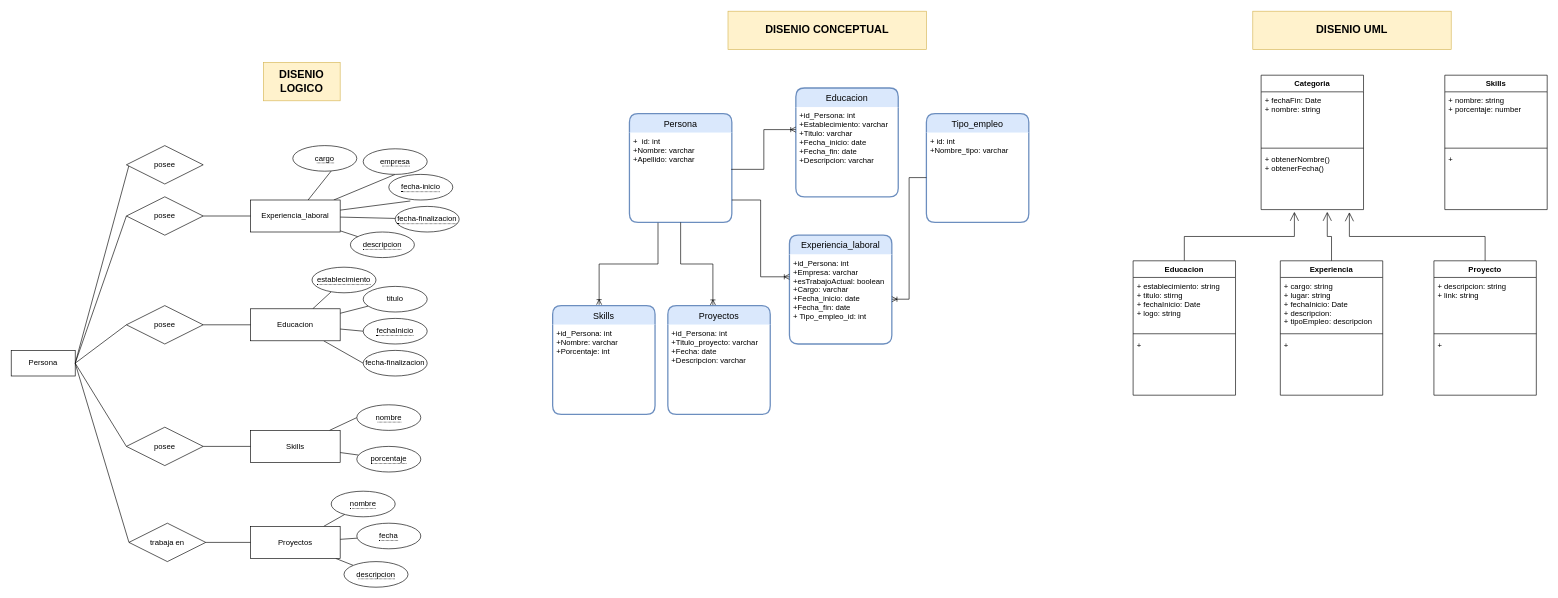
Before: database/DERv2.drawio in pablovede/portfolioArgPrograma, a draw.io diagram. Source tidied: cells renumbered, new cells numbered last; positions are measured from the earlier drawing's top-left corner, leaving out a move shared by most shapes. Both pictures are drawn from the tidied source at 64%, with x=0, y=0 at pixel (11, 11).
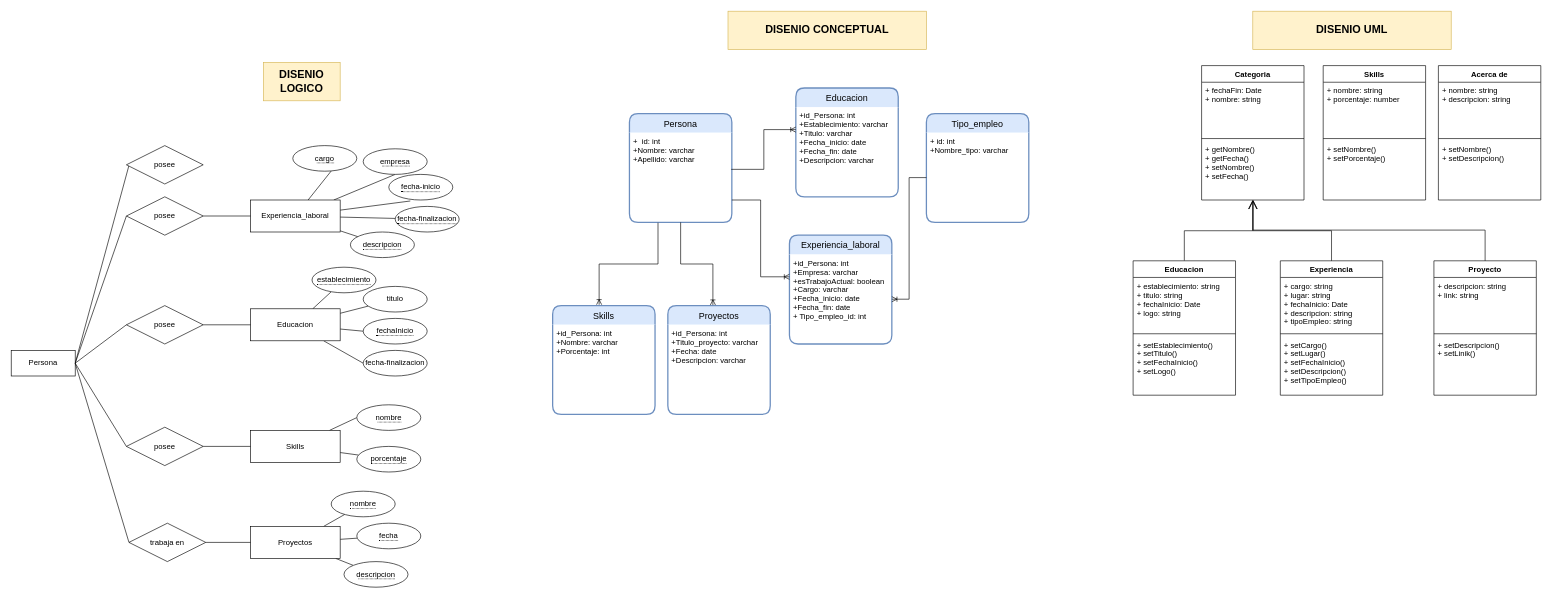
The same page after the edit.

The change refers to these unchanged cells:
```xml
<mxCell id="74" value="Experiencia" style="swimlane;fontStyle=1;align=center;verticalAlign=top;horizontal=1;startSize=26;swimlaneFillColor=default;" parent="1" vertex="1">
  <mxGeometry x="1983" y="390" width="160" height="210" as="geometry" />
</mxCell>
<mxCell id="79" value="Proyecto" style="swimlane;fontStyle=1;align=center;verticalAlign=top;horizontal=1;startSize=26;swimlaneFillColor=default;" parent="1" vertex="1">
  <mxGeometry x="2223" y="390" width="160" height="210" as="geometry" />
</mxCell>
<mxCell id="83" value="Educacion" style="swimlane;fontStyle=1;align=center;verticalAlign=top;horizontal=1;startSize=26;swimlaneFillColor=default;" parent="1" vertex="1">
  <mxGeometry x="1753" y="390" width="160" height="210" as="geometry" />
</mxCell>
```

What changed in the source:
```diff
@@
     <mxCell id="69" value="Categoria" style="swimlane;fontStyle=1;align=center;verticalAlign=top;horizontal=1;startSize=26;swimlaneFillColor=default;" parent="1" vertex="1">
-      <mxGeometry x="1953" y="100" width="160" height="210" as="geometry" />
+      <mxGeometry x="1860" y="85" width="160" height="210" as="geometry" />
     </mxCell>
@@
-    <mxCell id="72" value="+ obtenerNombre()&#10;+ obtenerFecha()" style="text;strokeColor=none;fillColor=none;align=left;verticalAlign=top;spacingLeft=4;spacingRight=4;overflow=hidden;points=[[0,0.5],[1,0.5]];portConstraint=eastwest;" parent="69" vertex="1">
+    <mxCell id="72" value="+ getNombre()&#10;+ getFecha()&#10;+ setNombre()&#10;+ setFecha()" style="text;strokeColor=none;fillColor=none;align=left;verticalAlign=top;spacingLeft=4;spacingRight=4;overflow=hidden;points=[[0,0.5],[1,0.5]];portConstraint=eastwest;" parent="69" vertex="1">
       <mxGeometry y="118" width="160" height="92" as="geometry" />
     </mxCell>
-    <mxCell id="73" style="endArrow=open;endFill=1;endSize=12;html=1;rounded=0;exitX=0.5;exitY=0;exitDx=0;exitDy=0;entryX=0.325;entryY=1.038;entryDx=0;entryDy=0;entryPerimeter=0;edgeStyle=elbowEdgeStyle;elbow=vertical;" parent="1" edge="1" source="83" target="72">
+    <mxCell id="73" style="endArrow=open;endFill=1;endSize=12;html=1;rounded=0;exitX=0.5;exitY=0;exitDx=0;exitDy=0;edgeStyle=elbowEdgeStyle;elbow=vertical;" parent="1" edge="1" source="83" target="72">
       <mxGeometry relative="1" as="geometry" />
     </mxCell>
@@
-    <mxCell id="75" value="+ cargo: string&#10;+ lugar: string&#10;+ fechaInicio: Date&#10;+ descripcion: &#10;+ tipoEmpleo: descripcion" style="text;strokeColor=none;fillColor=none;align=left;verticalAlign=top;spacingLeft=4;spacingRight=4;overflow=hidden;" parent="74" vertex="1">
+    <mxCell id="75" value="+ cargo: string&#10;+ lugar: string&#10;+ fechaInicio: Date&#10;+ descripcion: string&#10;+ tipoEmpleo: string" style="text;strokeColor=none;fillColor=none;align=left;verticalAlign=top;spacingLeft=4;spacingRight=4;overflow=hidden;" parent="74" vertex="1">
       <mxGeometry y="26" width="160" height="84" as="geometry" />
     </mxCell>
@@
-    <mxCell id="77" value="+ " style="text;strokeColor=none;fillColor=none;align=left;verticalAlign=top;spacingLeft=4;spacingRight=4;overflow=hidden;" parent="74" vertex="1">
+    <mxCell id="77" value="+ setCargo()&#10;+ setLugar()&#10;+ setFechaInicio()&#10;+ setDescripcion()&#10;+ setTipoEmpleo()" style="text;strokeColor=none;fillColor=none;align=left;verticalAlign=top;spacingLeft=4;spacingRight=4;overflow=hidden;" parent="74" vertex="1">
       <mxGeometry y="118" width="160" height="92" as="geometry" />
     </mxCell>
-    <mxCell id="78" style="endArrow=open;endFill=1;endSize=12;html=1;rounded=0;exitX=0.5;exitY=0;exitDx=0;exitDy=0;entryX=0.646;entryY=1.038;entryDx=0;entryDy=0;entryPerimeter=0;edgeStyle=elbowEdgeStyle;elbow=vertical;" parent="1" edge="1" source="74" target="72">
+    <mxCell id="78" style="endArrow=open;endFill=1;endSize=12;html=1;rounded=0;exitX=0.5;exitY=0;exitDx=0;exitDy=0;edgeStyle=elbowEdgeStyle;elbow=vertical;entryX=0.5;entryY=1;entryDx=0;entryDy=0;entryPerimeter=0;" parent="1" edge="1" source="74" target="72">
       <mxGeometry relative="1" as="geometry" />
     </mxCell>
@@
-    <mxCell id="82" value="+ " style="text;strokeColor=none;fillColor=none;align=left;verticalAlign=top;spacingLeft=4;spacingRight=4;overflow=hidden;" parent="79" vertex="1">
+    <mxCell id="82" value="+ setDescripcion()&#10;+ setLinik() " style="text;strokeColor=none;fillColor=none;align=left;verticalAlign=top;spacingLeft=4;spacingRight=4;overflow=hidden;" parent="79" vertex="1">
       <mxGeometry y="118" width="160" height="92" as="geometry" />
     </mxCell>
@@
-    <mxCell id="84" value="+ establecimiento: string&#10;+ titulo: stirng&#10;+ fechaInicio: Date&#10;+ logo: string" style="text;strokeColor=none;fillColor=none;align=left;verticalAlign=top;spacingLeft=4;spacingRight=4;overflow=hidden;" parent="83" vertex="1">
+    <mxCell id="84" value="+ establecimiento: string&#10;+ titulo: string&#10;+ fechaInicio: Date&#10;+ logo: string" style="text;strokeColor=none;fillColor=none;align=left;verticalAlign=top;spacingLeft=4;spacingRight=4;overflow=hidden;" parent="83" vertex="1">
       <mxGeometry y="26" width="160" height="84" as="geometry" />
     </mxCell>
@@
-    <mxCell id="86" value="+ " style="text;strokeColor=none;fillColor=none;align=left;verticalAlign=top;spacingLeft=4;spacingRight=4;overflow=hidden;" parent="83" vertex="1">
+    <mxCell id="86" value="+ setEstablecimiento()&#10;+ setTitulo()&#10;+ setFechaInicio()&#10;+ setLogo()" style="text;strokeColor=none;fillColor=none;align=left;verticalAlign=top;spacingLeft=4;spacingRight=4;overflow=hidden;" parent="83" vertex="1">
       <mxGeometry y="118" width="160" height="92" as="geometry" />
     </mxCell>
-    <mxCell id="87" style="endArrow=open;endFill=1;endSize=12;html=1;rounded=0;exitX=0.5;exitY=0;exitDx=0;exitDy=0;entryX=0.862;entryY=1.045;entryDx=0;entryDy=0;entryPerimeter=0;edgeStyle=elbowEdgeStyle;elbow=vertical;" parent="1" edge="1" source="79" target="72">
+    <mxCell id="87" style="endArrow=open;endFill=1;endSize=12;html=1;rounded=0;exitX=0.5;exitY=0;exitDx=0;exitDy=0;edgeStyle=elbowEdgeStyle;elbow=vertical;entryX=0.503;entryY=0.999;entryDx=0;entryDy=0;entryPerimeter=0;" parent="1" edge="1" source="79" target="72">
       <mxGeometry relative="1" as="geometry" />
     </mxCell>
     <mxCell id="88" value="Skills" style="swimlane;fontStyle=1;align=center;verticalAlign=top;horizontal=1;startSize=26;swimlaneFillColor=default;" parent="1" vertex="1">
-      <mxGeometry x="2240" y="100" width="160" height="210" as="geometry" />
+      <mxGeometry x="2050" y="85" width="160" height="210" as="geometry" />
     </mxCell>
@@
-    <mxCell id="91" value="+ " style="text;strokeColor=none;fillColor=none;align=left;verticalAlign=top;spacingLeft=4;spacingRight=4;overflow=hidden;" parent="88" vertex="1">
+    <mxCell id="91" value="+ setNombre()&#10;+ setPorcentaje()" style="text;strokeColor=none;fillColor=none;align=left;verticalAlign=top;spacingLeft=4;spacingRight=4;overflow=hidden;" parent="88" vertex="1">
       <mxGeometry y="118" width="160" height="92" as="geometry" />
     </mxCell>
+    <mxCell id="92" value="Acerca de" style="swimlane;fontStyle=1;align=center;verticalAlign=top;horizontal=1;startSize=26;swimlaneFillColor=default;" parent="1" vertex="1">
+      <mxGeometry x="2230" y="85" width="160" height="210" as="geometry" />
+    </mxCell>
+    <mxCell id="93" value="+ nombre: string&#10;+ descripcion: string" style="text;strokeColor=none;fillColor=none;align=left;verticalAlign=top;spacingLeft=4;spacingRight=4;overflow=hidden;" parent="92" vertex="1">
+      <mxGeometry y="26" width="160" height="84" as="geometry" />
+    </mxCell>
+    <mxCell id="94" style="line;strokeWidth=1;fillColor=none;align=left;verticalAlign=middle;spacingTop=-1;spacingLeft=3;spacingRight=3;labelPosition=right;" parent="92" vertex="1">
+      <mxGeometry y="110" width="160" height="8" as="geometry" />
+    </mxCell>
+    <mxCell id="95" value="+ setNombre()&#10;+ setDescripcion()" style="text;strokeColor=none;fillColor=none;align=left;verticalAlign=top;spacingLeft=4;spacingRight=4;overflow=hidden;" parent="92" vertex="1">
+      <mxGeometry y="118" width="160" height="92" as="geometry" />
+    </mxCell>
```
